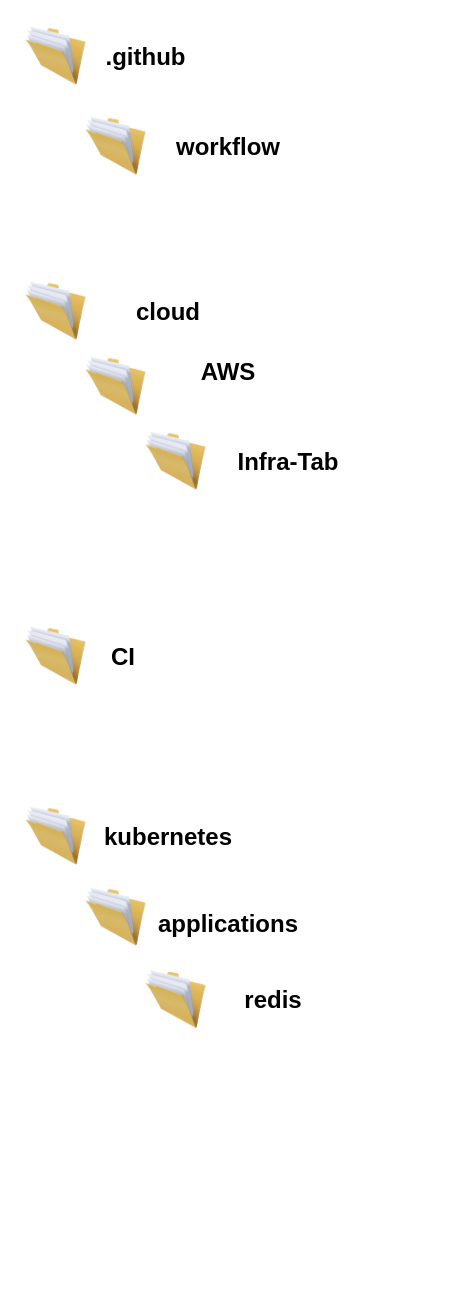
This is Diagrama sem nome.drawio from robthross/aws_instancias, a draw.io file, before an edit. Source tidied: cells renumbered, new cells numbered last; positions are measured from the earlier drawing's top-left corner, leaving out a move shared by most shapes. Both pictures are drawn from the tidied source at 150%, with x=0, y=0 at pixel (26, 26).
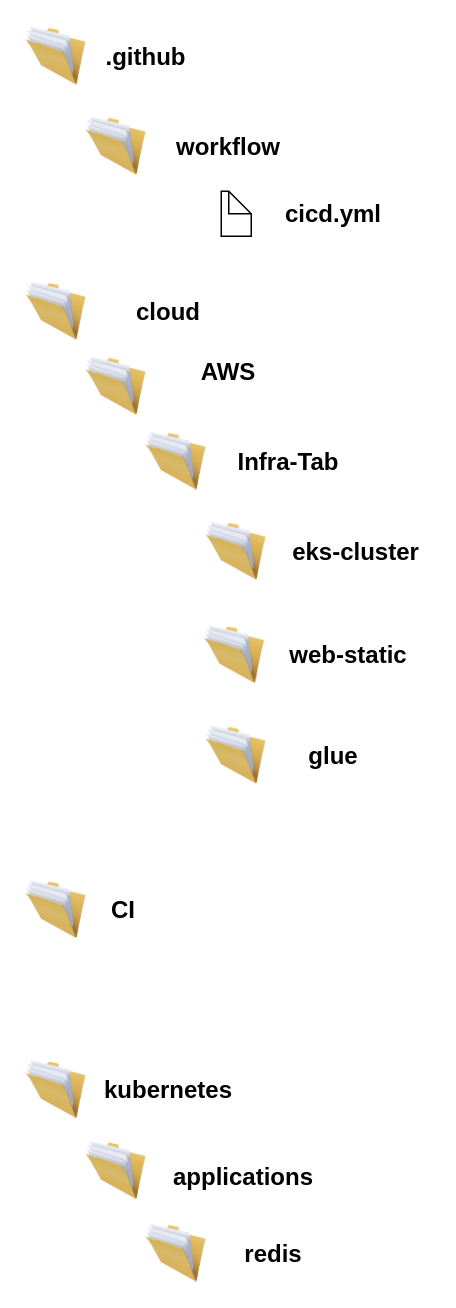
Above is the later version.

Change to the diagram source:
```diff
@@
     <mxCell id="12" style="image;html=1;image=img/lib/clip_art/general/Full_Folder_128x128.png;" parent="1" vertex="1">
-      <mxGeometry y="400" width="40" height="40" as="geometry" />
+      <mxGeometry y="569" width="40" height="40" as="geometry" />
     </mxCell>
     <mxCell id="13" value="&lt;span style=&quot;font-size: 16px;&quot;&gt;&lt;b&gt;CI&lt;/b&gt;&lt;/span&gt;" style="text;html=1;strokeColor=none;fillColor=none;align=center;verticalAlign=middle;whiteSpace=wrap;rounded=0;" parent="1" vertex="1">
-      <mxGeometry x="30" y="410" width="70" height="20" as="geometry" />
+      <mxGeometry x="30" y="579" width="70" height="20" as="geometry" />
     </mxCell>
     <mxCell id="14" style="image;html=1;image=img/lib/clip_art/general/Full_Folder_128x128.png;" parent="1" vertex="1">
-      <mxGeometry y="520" width="40" height="40" as="geometry" />
+      <mxGeometry y="689" width="40" height="40" as="geometry" />
     </mxCell>
     <mxCell id="15" style="image;html=1;image=img/lib/clip_art/general/Full_Folder_128x128.png;" parent="1" vertex="1">
-      <mxGeometry x="40" y="574" width="40" height="40" as="geometry" />
+      <mxGeometry x="40" y="743" width="40" height="40" as="geometry" />
     </mxCell>
     <mxCell id="16" value="&lt;span style=&quot;font-size: 16px;&quot;&gt;&lt;b&gt;kubernetes&lt;/b&gt;&lt;/span&gt;" style="text;html=1;strokeColor=none;fillColor=none;align=center;verticalAlign=middle;whiteSpace=wrap;rounded=0;" parent="1" vertex="1">
-      <mxGeometry x="60" y="530" width="70" height="20" as="geometry" />
+      <mxGeometry x="60" y="699" width="70" height="20" as="geometry" />
     </mxCell>
     <mxCell id="17" value="&lt;span style=&quot;font-size: 16px;&quot;&gt;&lt;b&gt;applications&lt;br&gt;&lt;/b&gt;&lt;/span&gt;" style="text;html=1;strokeColor=none;fillColor=none;align=center;verticalAlign=middle;whiteSpace=wrap;rounded=0;" parent="1" vertex="1">
-      <mxGeometry x="100" y="588" width="70" height="20" as="geometry" />
+      <mxGeometry x="110" y="757" width="70" height="20" as="geometry" />
     </mxCell>
     <mxCell id="18" style="image;html=1;image=img/lib/clip_art/general/Full_Folder_128x128.png;" parent="1" vertex="1">
-      <mxGeometry x="80" y="629" width="40" height="40" as="geometry" />
+      <mxGeometry x="80" y="798" width="40" height="40" as="geometry" />
     </mxCell>
     <mxCell id="19" value="&lt;span style=&quot;font-size: 16px;&quot;&gt;&lt;b&gt;redis&lt;/b&gt;&lt;/span&gt;" style="text;html=1;strokeColor=none;fillColor=none;align=center;verticalAlign=middle;whiteSpace=wrap;rounded=0;" parent="1" vertex="1">
-      <mxGeometry x="130" y="639" width="70" height="20" as="geometry" />
+      <mxGeometry x="130" y="808" width="70" height="20" as="geometry" />
     </mxCell>
+    <mxCell id="20" style="shape=mxgraph.bpmn.data;labelPosition=center;verticalLabelPosition=bottom;align=center;verticalAlign=top;size=15;html=1;" parent="1" vertex="1">
+      <mxGeometry x="130" y="110" width="20" height="30" as="geometry" />
+    </mxCell>
+    <mxCell id="21" value="&lt;font size=&quot;1&quot; style=&quot;&quot;&gt;&lt;b style=&quot;font-size: 16px;&quot;&gt;cicd.yml&lt;br&gt;&lt;/b&gt;&lt;/font&gt;" style="text;html=1;strokeColor=none;fillColor=none;align=center;verticalAlign=middle;whiteSpace=wrap;rounded=0;" parent="1" vertex="1">
+      <mxGeometry x="170" y="115" width="70" height="20" as="geometry" />
+    </mxCell>
+    <mxCell id="22" style="image;html=1;image=img/lib/clip_art/general/Full_Folder_128x128.png;" parent="1" vertex="1">
+      <mxGeometry x="120" y="330" width="40" height="40" as="geometry" />
+    </mxCell>
+    <mxCell id="23" style="image;html=1;image=img/lib/clip_art/general/Full_Folder_128x128.png;" parent="1" vertex="1">
+      <mxGeometry x="119" y="399" width="40" height="40" as="geometry" />
+    </mxCell>
+    <mxCell id="24" style="image;html=1;image=img/lib/clip_art/general/Full_Folder_128x128.png;" parent="1" vertex="1">
+      <mxGeometry x="120" y="466" width="40" height="40" as="geometry" />
+    </mxCell>
+    <mxCell id="25" value="&lt;span style=&quot;font-size: 16px;&quot;&gt;&lt;b&gt;eks-cluster&lt;/b&gt;&lt;/span&gt;" style="text;html=1;strokeColor=none;fillColor=none;align=center;verticalAlign=middle;whiteSpace=wrap;rounded=0;" parent="1" vertex="1">
+      <mxGeometry x="170" y="340" width="100" height="20" as="geometry" />
+    </mxCell>
+    <mxCell id="26" value="&lt;span style=&quot;font-size: 16px;&quot;&gt;&lt;b&gt;web-static&lt;/b&gt;&lt;/span&gt;" style="text;html=1;strokeColor=none;fillColor=none;align=center;verticalAlign=middle;whiteSpace=wrap;rounded=0;" parent="1" vertex="1">
+      <mxGeometry x="170" y="409" width="90" height="20" as="geometry" />
+    </mxCell>
+    <mxCell id="27" value="&lt;span style=&quot;font-size: 16px;&quot;&gt;&lt;b&gt;glue&lt;/b&gt;&lt;/span&gt;" style="text;html=1;strokeColor=none;fillColor=none;align=center;verticalAlign=middle;whiteSpace=wrap;rounded=0;" parent="1" vertex="1">
+      <mxGeometry x="170" y="476" width="70" height="20" as="geometry" />
+    </mxCell>
```
